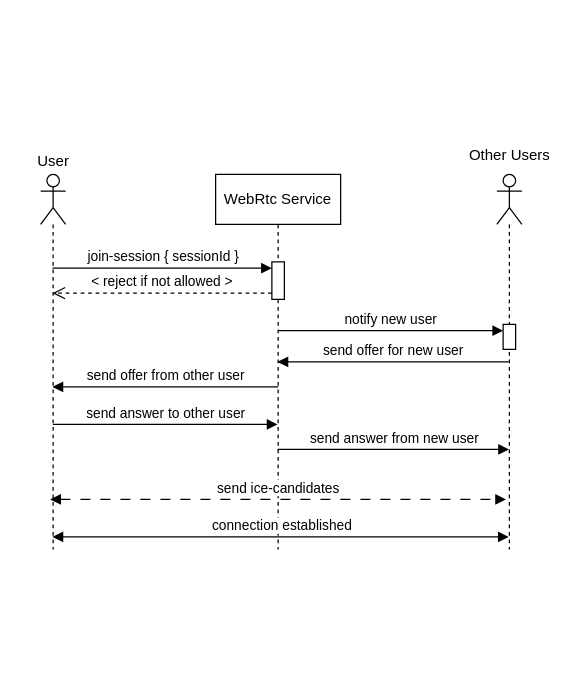
Above: page "WebRTC" (6 of 8) of resources/piperchat.drawio in zucchero-sintattico/piperchat (draw.io), before the change. Source tidied: cells renumbered, new cells numbered last; positions are measured from the earlier drawing's top-left corner, leaving out a move shared by most shapes. Both pictures are drawn from the tidied source at 125%, with x=0, y=0 at pixel (21, 136).
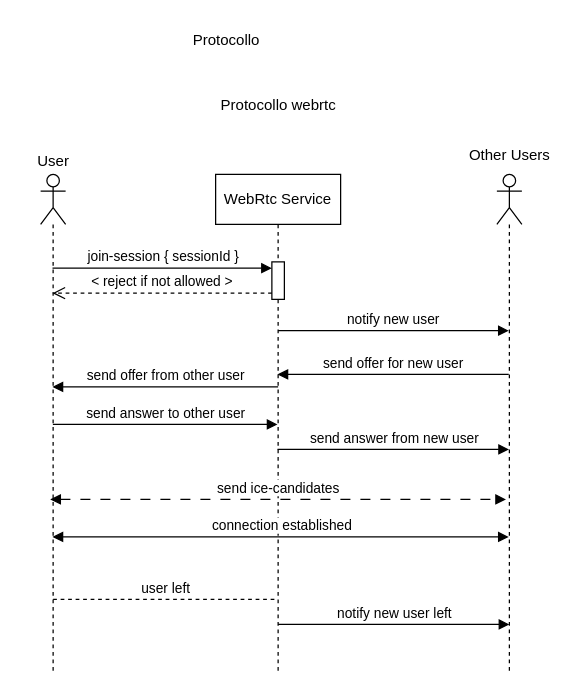
The same diagram, later.

The edit, as a diff of the source:
```diff
@@
     <mxCell id="2" style="shape=umlLifeline;perimeter=lifelinePerimeter;whiteSpace=wrap;html=1;outlineConnect=0;portConstraint=eastwest;newEdgeStyle={&quot;curved&quot;:0,&quot;rounded&quot;:0};participant=umlActor;" parent="1" vertex="1">
-      <mxGeometry x="15" y="30" width="20" height="300" as="geometry" />
+      <mxGeometry x="15" y="30" width="20" height="400" as="geometry" />
     </mxCell>
     <mxCell id="3" value="WebRtc Service" style="shape=umlLifeline;perimeter=lifelinePerimeter;whiteSpace=wrap;html=1;outlineConnect=0;portConstraint=eastwest;newEdgeStyle={&quot;curved&quot;:0,&quot;rounded&quot;:0};" parent="1" vertex="1">
-      <mxGeometry x="155" y="30" width="100" height="300" as="geometry" />
+      <mxGeometry x="155" y="30" width="100" height="400" as="geometry" />
     </mxCell>
@@
     <mxCell id="8" style="shape=umlLifeline;perimeter=lifelinePerimeter;whiteSpace=wrap;html=1;outlineConnect=0;portConstraint=eastwest;newEdgeStyle={&quot;curved&quot;:0,&quot;rounded&quot;:0};participant=umlActor;" parent="1" vertex="1">
-      <mxGeometry x="380" y="30" width="20" height="300" as="geometry" />
+      <mxGeometry x="380" y="30" width="20" height="400" as="geometry" />
     </mxCell>
-    <mxCell id="9" style="html=1;points=[[0,0,0,0,5],[0,1,0,0,-5],[1,0,0,0,5],[1,1,0,0,-5]];perimeter=orthogonalPerimeter;outlineConnect=0;targetShapes=umlLifeline;portConstraint=eastwest;newEdgeStyle={&quot;curved&quot;:0,&quot;rounded&quot;:0};" parent="8" vertex="1">
-      <mxGeometry x="5" y="120" width="10" height="20" as="geometry" />
-    </mxCell>
@@
-    <mxCell id="11" value="notify new user" style="html=1;verticalAlign=bottom;endArrow=block;curved=0;rounded=0;entryX=0;entryY=0;entryDx=0;entryDy=5;" parent="1" edge="1" target="9">
+    <mxCell id="11" value="notify new user" style="html=1;verticalAlign=bottom;endArrow=block;curved=0;rounded=0;" parent="1" edge="1" target="8">
       <mxGeometry relative="1" as="geometry">
         <mxPoint x="205" y="155" as="sourcePoint" />
       </mxGeometry>
     </mxCell>
     <mxCell id="12" value="send offer for new user" style="html=1;verticalAlign=bottom;endArrow=block;curved=0;rounded=0;" parent="1" edge="1" source="8" target="3">
-      <mxGeometry relative="1" as="geometry" />
+      <mxGeometry relative="1" as="geometry">
+        <Array as="points">
+          <mxPoint x="335" y="190" />
+        </Array>
+      </mxGeometry>
     </mxCell>
@@
+    <mxCell id="18" value="Protocollo&amp;nbsp;" style="text;html=1;align=center;verticalAlign=middle;strokeColor=none;fillColor=none;" parent="1" vertex="1">
+      <mxGeometry x="125" y="-92" width="80" height="30" as="geometry" />
+    </mxCell>
+    <mxCell id="19" value="user left" style="html=1;verticalAlign=bottom;endArrow=none;curved=0;rounded=0;startArrow=none;startFill=0;endFill=0;dashed=1;" parent="1" edge="1">
+      <mxGeometry relative="1" as="geometry">
+        <mxPoint x="25" y="370" as="sourcePoint" />
+        <mxPoint x="205" y="370" as="targetPoint" />
+      </mxGeometry>
+    </mxCell>
+    <mxCell id="20" value="notify new user left" style="html=1;verticalAlign=bottom;endArrow=block;curved=0;rounded=0;" parent="1" edge="1">
+      <mxGeometry relative="1" as="geometry">
+        <mxPoint x="205" y="390" as="sourcePoint" />
+        <mxPoint x="390" y="390" as="targetPoint" />
+      </mxGeometry>
+    </mxCell>
+    <mxCell id="21" value="Protocollo webrtc" style="text;html=1;align=center;verticalAlign=middle;strokeColor=none;fillColor=none;" parent="1" vertex="1">
+      <mxGeometry x="145" y="-40" width="120" height="30" as="geometry" />
+    </mxCell>
```
